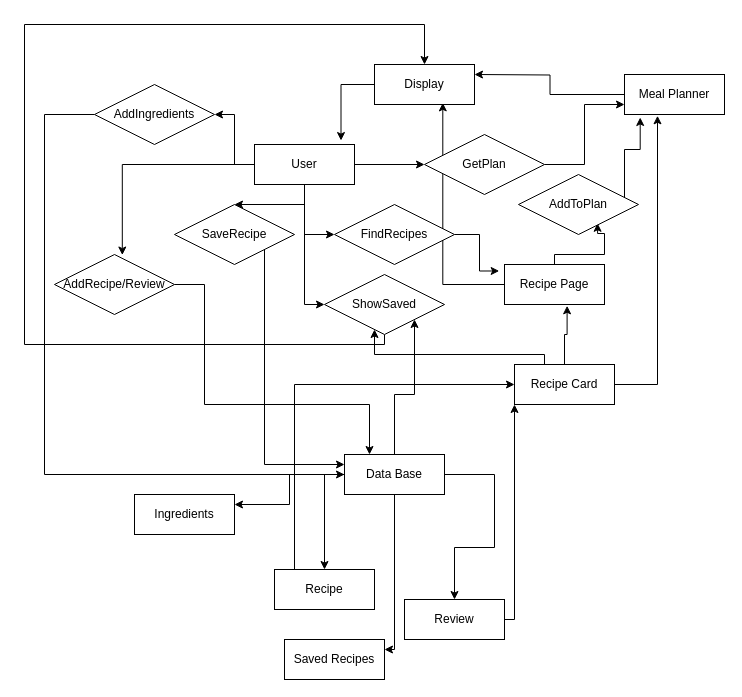
DigitalDiners/PantryPro keeps this draw.io diagram as docs/ER.drawio. Above is the earlier version. Source tidied: cells renumbered, new cells numbered last; positions are measured from the earlier drawing's top-left corner, leaving out a move shared by most shapes. Both pictures are drawn from the tidied source at 100%, with x=0, y=0 at pixel (24, 24).
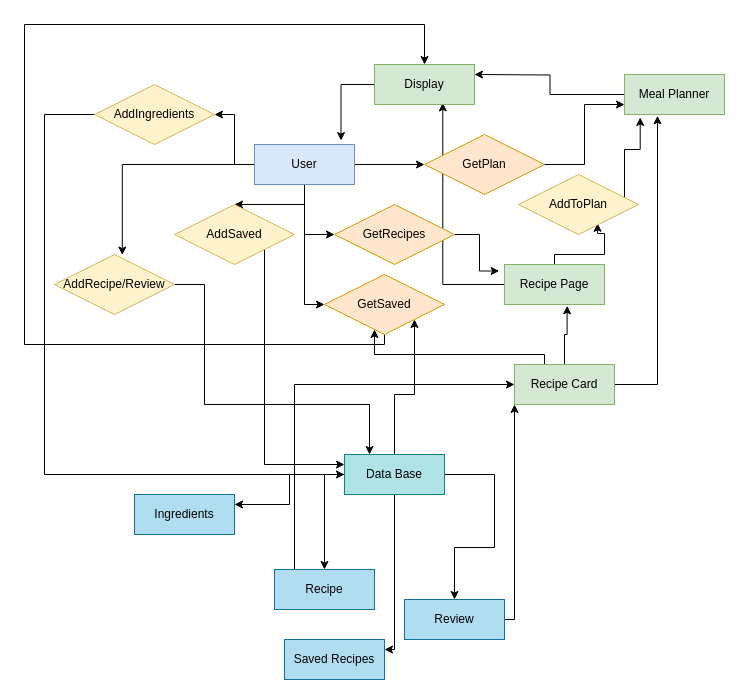
The same diagram, later.

What changed in the source:
```diff
@@
-    <mxCell id="8" value="User" style="whiteSpace=wrap;html=1;align=center;" parent="1" vertex="1">
+    <mxCell id="8" value="User" style="whiteSpace=wrap;html=1;align=center;fillColor=#dae8fc;strokeColor=#6c8ebf;" parent="1" vertex="1">
       <mxGeometry x="230" y="120" width="100" height="40" as="geometry" />
     </mxCell>
@@
-    <mxCell id="10" value="Meal Planner" style="whiteSpace=wrap;html=1;align=center;" parent="1" vertex="1">
+    <mxCell id="10" value="Meal Planner" style="whiteSpace=wrap;html=1;align=center;fillColor=#d5e8d4;strokeColor=#82b366;" parent="1" vertex="1">
       <mxGeometry x="600" y="50" width="100" height="40" as="geometry" />
     </mxCell>
@@
-    <mxCell id="13" value="Recipe Page" style="whiteSpace=wrap;html=1;align=center;" parent="1" vertex="1">
+    <mxCell id="13" value="Recipe Page" style="whiteSpace=wrap;html=1;align=center;fillColor=#d5e8d4;strokeColor=#82b366;" parent="1" vertex="1">
       <mxGeometry x="480" y="240" width="100" height="40" as="geometry" />
     </mxCell>
@@
-    <mxCell id="17" value="Recipe Card" style="whiteSpace=wrap;html=1;align=center;" parent="1" vertex="1">
+    <mxCell id="17" value="Recipe Card" style="whiteSpace=wrap;html=1;align=center;fillColor=#d5e8d4;strokeColor=#82b366;" parent="1" vertex="1">
       <mxGeometry x="490" y="340" width="100" height="40" as="geometry" />
     </mxCell>
@@
-    <mxCell id="23" value="Data Base" style="whiteSpace=wrap;html=1;align=center;" parent="1" vertex="1">
+    <mxCell id="23" value="Data Base" style="whiteSpace=wrap;html=1;align=center;fillColor=#b0e3e6;strokeColor=#0e8088;" parent="1" vertex="1">
       <mxGeometry x="320" y="430" width="100" height="40" as="geometry" />
     </mxCell>
@@
-    <mxCell id="25" value="Recipe" style="whiteSpace=wrap;html=1;align=center;" parent="1" vertex="1">
+    <mxCell id="25" value="Recipe" style="whiteSpace=wrap;html=1;align=center;fillColor=#b1ddf0;strokeColor=#10739e;" parent="1" vertex="1">
       <mxGeometry x="250" y="545" width="100" height="40" as="geometry" />
     </mxCell>
@@
-    <mxCell id="27" value="Review" style="whiteSpace=wrap;html=1;align=center;" parent="1" vertex="1">
+    <mxCell id="27" value="Review" style="whiteSpace=wrap;html=1;align=center;fillColor=#b1ddf0;strokeColor=#10739e;" parent="1" vertex="1">
       <mxGeometry x="380" y="575" width="100" height="40" as="geometry" />
     </mxCell>
@@
-    <mxCell id="29" value="GetPlan" style="shape=rhombus;perimeter=rhombusPerimeter;whiteSpace=wrap;html=1;align=center;" parent="1" vertex="1">
+    <mxCell id="29" value="GetPlan" style="shape=rhombus;perimeter=rhombusPerimeter;whiteSpace=wrap;html=1;align=center;fillColor=#ffe6cc;strokeColor=#d79b00;" parent="1" vertex="1">
       <mxGeometry x="400" y="110" width="120" height="60" as="geometry" />
     </mxCell>
@@
-    <mxCell id="31" value="FindRecipes" style="shape=rhombus;perimeter=rhombusPerimeter;whiteSpace=wrap;html=1;align=center;" parent="1" vertex="1">
+    <mxCell id="31" value="GetRecipes" style="shape=rhombus;perimeter=rhombusPerimeter;whiteSpace=wrap;html=1;align=center;fillColor=#ffe6cc;strokeColor=#d79b00;" parent="1" vertex="1">
       <mxGeometry x="310" y="180" width="120" height="60" as="geometry" />
     </mxCell>
@@
-    <mxCell id="33" value="ShowSaved" style="shape=rhombus;perimeter=rhombusPerimeter;whiteSpace=wrap;html=1;align=center;" parent="1" vertex="1">
+    <mxCell id="33" value="GetSaved" style="shape=rhombus;perimeter=rhombusPerimeter;whiteSpace=wrap;html=1;align=center;fillColor=#ffe6cc;strokeColor=#d79b00;" parent="1" vertex="1">
       <mxGeometry x="300" y="250" width="120" height="60" as="geometry" />
     </mxCell>
@@
-    <mxCell id="35" value="AddToPlan" style="shape=rhombus;perimeter=rhombusPerimeter;whiteSpace=wrap;html=1;align=center;" parent="1" vertex="1">
+    <mxCell id="35" value="AddToPlan" style="shape=rhombus;perimeter=rhombusPerimeter;whiteSpace=wrap;html=1;align=center;fillColor=#fff2cc;strokeColor=#d6b656;" parent="1" vertex="1">
       <mxGeometry x="494" y="150" width="120" height="60" as="geometry" />
     </mxCell>
@@
-    <mxCell id="37" value="Display" style="whiteSpace=wrap;html=1;align=center;" parent="1" vertex="1">
+    <mxCell id="37" value="Display" style="whiteSpace=wrap;html=1;align=center;fillColor=#d5e8d4;strokeColor=#82b366;" parent="1" vertex="1">
       <mxGeometry x="350" y="40" width="100" height="40" as="geometry" />
     </mxCell>
@@
-    <mxCell id="39" value="AddRecipe/Review" style="shape=rhombus;perimeter=rhombusPerimeter;whiteSpace=wrap;html=1;align=center;" parent="1" vertex="1">
+    <mxCell id="39" value="AddRecipe/Review" style="shape=rhombus;perimeter=rhombusPerimeter;whiteSpace=wrap;html=1;align=center;fillColor=#fff2cc;strokeColor=#d6b656;" parent="1" vertex="1">
       <mxGeometry x="30" y="230" width="120" height="60" as="geometry" />
     </mxCell>
@@
-    <mxCell id="41" value="SaveRecipe" style="shape=rhombus;perimeter=rhombusPerimeter;whiteSpace=wrap;html=1;align=center;" parent="1" vertex="1">
+    <mxCell id="41" value="AddSaved" style="shape=rhombus;perimeter=rhombusPerimeter;whiteSpace=wrap;html=1;align=center;fillColor=#fff2cc;strokeColor=#d6b656;" parent="1" vertex="1">
       <mxGeometry x="150" y="180" width="120" height="60" as="geometry" />
     </mxCell>
-    <mxCell id="42" value="Saved Recipes" style="whiteSpace=wrap;html=1;align=center;" parent="1" vertex="1">
+    <mxCell id="42" value="Saved Recipes" style="whiteSpace=wrap;html=1;align=center;fillColor=#b1ddf0;strokeColor=#10739e;" parent="1" vertex="1">
       <mxGeometry x="260" y="615" width="100" height="40" as="geometry" />
     </mxCell>
-    <mxCell id="43" value="Ingredients" style="whiteSpace=wrap;html=1;align=center;" parent="1" vertex="1">
+    <mxCell id="43" value="Ingredients" style="whiteSpace=wrap;html=1;align=center;fillColor=#b1ddf0;strokeColor=#10739e;" parent="1" vertex="1">
       <mxGeometry x="110" y="470" width="100" height="40" as="geometry" />
     </mxCell>
@@
-    <mxCell id="45" value="AddIngredients" style="shape=rhombus;perimeter=rhombusPerimeter;whiteSpace=wrap;html=1;align=center;" parent="1" vertex="1">
+    <mxCell id="45" value="AddIngredients" style="shape=rhombus;perimeter=rhombusPerimeter;whiteSpace=wrap;html=1;align=center;fillColor=#fff2cc;strokeColor=#d6b656;" parent="1" vertex="1">
       <mxGeometry x="70" y="60" width="120" height="60" as="geometry" />
     </mxCell>
```
